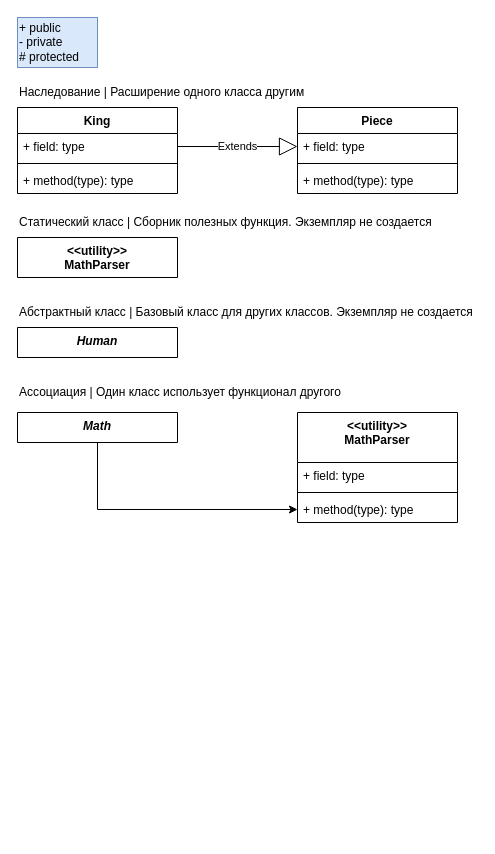
orlov-oleg-developer/uml-diagrams keeps this draw.io diagram as Untitled Diagram.drawio. Above is the earlier version. Source tidied: cells renumbered, new cells numbered last; positions are measured from the earlier drawing's top-left corner, leaving out a move shared by most shapes. Both pictures are drawn from the tidied source at 100%, with x=0, y=0 at pixel (17, 17).
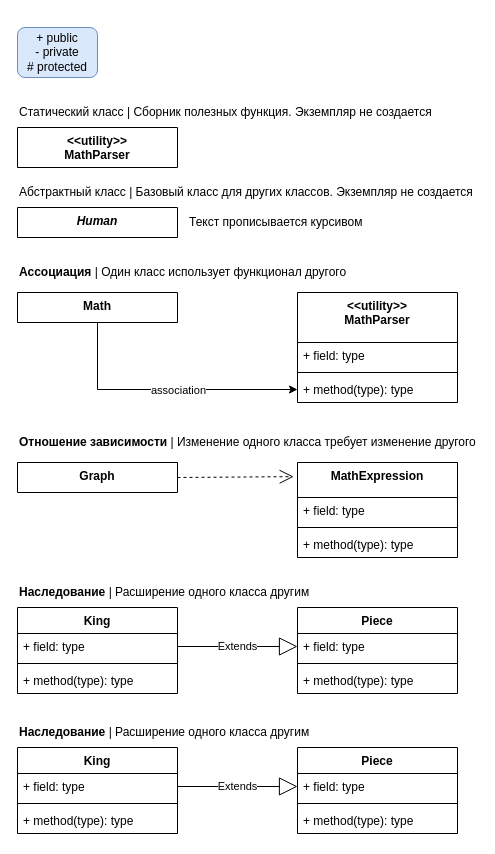
Above is the later version.

The change refers to these unchanged cells:
```xml
<mxCell id="18" style="edgeStyle=orthogonalEdgeStyle;rounded=0;jettySize=auto;html=1;" parent="1" edge="1" source="19" target="23">
  <mxGeometry relative="1" as="geometry" />
</mxCell>
```

Change to the diagram source:
```diff
@@
     <mxCell id="2" value="King" style="swimlane;fontStyle=1;align=center;verticalAlign=top;horizontal=1;startSize=26;whiteSpace=wrap;html=1;" parent="1" vertex="1">
-      <mxGeometry y="90" width="160" height="86" as="geometry" />
+      <mxGeometry y="590" width="160" height="86" as="geometry" />
     </mxCell>
@@
     <mxCell id="6" value="Piece" style="swimlane;fontStyle=1;align=center;verticalAlign=top;horizontal=1;startSize=26;whiteSpace=wrap;html=1;" parent="1" vertex="1">
-      <mxGeometry x="280" y="90" width="160" height="86" as="geometry" />
+      <mxGeometry x="280" y="590" width="160" height="86" as="geometry" />
     </mxCell>
@@
-    <mxCell id="11" value="+ public&lt;br&gt;- private&lt;br&gt;# protected" style="text;html=1;strokeColor=#6c8ebf;fillColor=#dae8fc;align=left;verticalAlign=middle;whiteSpace=wrap;rounded=0;" parent="1" vertex="1">
-      <mxGeometry width="80" height="50" as="geometry" />
+    <mxCell id="11" value="+ public&lt;br&gt;- private&lt;br&gt;# protected" style="text;html=1;strokeColor=#6c8ebf;fillColor=#dae8fc;align=center;verticalAlign=middle;whiteSpace=wrap;rounded=1;glass=0;shadow=0;" parent="1" vertex="1">
+      <mxGeometry y="10" width="80" height="50" as="geometry" />
     </mxCell>
     <mxCell id="12" value="&amp;lt;&amp;lt;utility&amp;gt;&amp;gt;&lt;br&gt;MathParser" style="swimlane;fontStyle=1;align=center;verticalAlign=top;horizontal=1;startSize=50;whiteSpace=wrap;html=1;" parent="1" vertex="1" collapsed="1">
-      <mxGeometry y="220" width="160" height="40" as="geometry" />
+      <mxGeometry y="110" width="160" height="40" as="geometry" />
     </mxCell>
     <mxCell id="13" value="Статический класс | Сборник полезных функция. Экземпляр не создается" style="text;html=1;strokeColor=none;fillColor=none;align=left;verticalAlign=middle;whiteSpace=wrap;rounded=0;" parent="1" vertex="1">
-      <mxGeometry y="190" width="440" height="30" as="geometry" />
+      <mxGeometry y="80" width="440" height="30" as="geometry" />
     </mxCell>
     <mxCell id="14" value="&lt;i&gt;Human&lt;/i&gt;" style="swimlane;fontStyle=1;align=center;verticalAlign=top;horizontal=1;startSize=30;whiteSpace=wrap;html=1;" parent="1" vertex="1" collapsed="1">
-      <mxGeometry y="310" width="160" height="30" as="geometry" />
+      <mxGeometry y="190" width="160" height="30" as="geometry" />
     </mxCell>
     <mxCell id="15" value="Абстрактный класс | Базовый класс для других классов. Экземпляр не создается" style="text;html=1;strokeColor=none;fillColor=none;align=left;verticalAlign=middle;whiteSpace=wrap;rounded=0;" parent="1" vertex="1">
-      <mxGeometry y="280" width="460" height="30" as="geometry" />
+      <mxGeometry y="160" width="460" height="30" as="geometry" />
     </mxCell>
-    <mxCell id="16" value="Ассоциация | Один класс использует функционал другого" style="text;html=1;align=left;verticalAlign=middle;whiteSpace=wrap;rounded=0;" parent="1" vertex="1">
-      <mxGeometry y="360" width="460" height="30" as="geometry" />
+    <mxCell id="16" value="&lt;b&gt;Ассоциация &lt;/b&gt;| Один класс использует функционал другого" style="text;html=1;align=left;verticalAlign=middle;whiteSpace=wrap;rounded=0;" parent="1" vertex="1">
+      <mxGeometry y="240" width="460" height="30" as="geometry" />
     </mxCell>
-    <mxCell id="17" value="Наследование | Расширение одного класса другим" style="text;html=1;align=left;verticalAlign=middle;whiteSpace=wrap;rounded=0;" parent="1" vertex="1">
-      <mxGeometry y="60" width="300" height="30" as="geometry" />
+    <mxCell id="17" value="&lt;b&gt;Наследование &lt;/b&gt;| Расширение одного класса другим" style="text;html=1;align=left;verticalAlign=middle;whiteSpace=wrap;rounded=0;" parent="1" vertex="1">
+      <mxGeometry y="560" width="300" height="30" as="geometry" />
     </mxCell>
@@
+    <mxCell id="24" value="association" style="edgeLabel;html=1;align=center;verticalAlign=middle;" parent="18" vertex="1">
+      <mxGeometry x="-0.19" y="1" relative="1" as="geometry">
+        <mxPoint x="39" y="1" as="offset" />
+      </mxGeometry>
+    </mxCell>
-    <mxCell id="19" value="&lt;i&gt;Math&lt;/i&gt;" style="swimlane;fontStyle=1;align=center;verticalAlign=top;horizontal=1;startSize=30;whiteSpace=wrap;html=1;" parent="1" vertex="1" collapsed="1">
-      <mxGeometry y="395" width="160" height="30" as="geometry" />
+    <mxCell id="19" value="Math" style="swimlane;fontStyle=1;align=center;verticalAlign=top;horizontal=1;startSize=30;whiteSpace=wrap;html=1;" parent="1" vertex="1" collapsed="1">
+      <mxGeometry y="275" width="160" height="30" as="geometry" />
     </mxCell>
     <mxCell id="20" value="&amp;lt;&amp;lt;utility&amp;gt;&amp;gt;&lt;br&gt;MathParser" style="swimlane;fontStyle=1;align=center;verticalAlign=top;horizontal=1;startSize=50;whiteSpace=wrap;html=1;" parent="1" vertex="1">
-      <mxGeometry x="280" y="395" width="160" height="110" as="geometry" />
+      <mxGeometry x="280" y="275" width="160" height="110" as="geometry" />
     </mxCell>
@@
+    <mxCell id="25" value="&lt;b&gt;Отношение зависимости&lt;/b&gt; | Изменение одного класса требует изменение другого" style="text;html=1;align=left;verticalAlign=middle;whiteSpace=wrap;rounded=0;" parent="1" vertex="1">
+      <mxGeometry y="410" width="460" height="30" as="geometry" />
+    </mxCell>
+    <mxCell id="26" value="Graph" style="swimlane;fontStyle=1;align=center;verticalAlign=top;horizontal=1;startSize=30;whiteSpace=wrap;html=1;" parent="1" vertex="1" collapsed="1">
+      <mxGeometry y="445" width="160" height="30" as="geometry" />
+    </mxCell>
+    <mxCell id="27" value="MathExpression" style="swimlane;fontStyle=1;align=center;verticalAlign=top;horizontal=1;startSize=35;whiteSpace=wrap;html=1;" parent="1" vertex="1">
+      <mxGeometry x="280" y="445" width="160" height="95" as="geometry" />
+    </mxCell>
+    <mxCell id="28" value="+ field: type" style="text;strokeColor=none;fillColor=none;align=left;verticalAlign=top;spacingLeft=4;spacingRight=4;overflow=hidden;whiteSpace=wrap;html=1;" parent="27" vertex="1">
+      <mxGeometry y="35" width="160" height="26" as="geometry" />
+    </mxCell>
+    <mxCell id="29" style="line;strokeWidth=1;fillColor=none;align=left;verticalAlign=middle;spacingTop=-1;spacingLeft=3;spacingRight=3;labelPosition=right;strokeColor=inherit;" parent="27" vertex="1">
+      <mxGeometry y="61" width="160" height="8" as="geometry" />
+    </mxCell>
+    <mxCell id="30" value="+ method(type): type" style="text;strokeColor=none;fillColor=none;align=left;verticalAlign=top;spacingLeft=4;spacingRight=4;overflow=hidden;whiteSpace=wrap;html=1;" parent="27" vertex="1">
+      <mxGeometry y="69" width="160" height="26" as="geometry" />
+    </mxCell>
+    <mxCell id="31" style="endArrow=open;endSize=12;dashed=1;html=1;rounded=0;exitX=1;exitY=0.5;exitDx=0;exitDy=0;entryX=-0.024;entryY=0.149;entryDx=0;entryDy=0;entryPerimeter=0;" parent="1" edge="1" source="26" target="27">
+      <mxGeometry relative="1" as="geometry" />
+    </mxCell>
+    <mxCell id="32" value="Текст прописывается курсивом" style="text;html=1;strokeColor=none;fillColor=none;align=left;verticalAlign=middle;whiteSpace=wrap;rounded=0;" parent="1" vertex="1">
+      <mxGeometry x="170" y="190" width="180" height="30" as="geometry" />
+    </mxCell>
+    <mxCell id="33" value="King" style="swimlane;fontStyle=1;align=center;verticalAlign=top;horizontal=1;startSize=26;whiteSpace=wrap;html=1;" parent="1" vertex="1">
+      <mxGeometry y="730" width="160" height="86" as="geometry" />
+    </mxCell>
+    <mxCell id="34" value="+ field: type" style="text;strokeColor=none;fillColor=none;align=left;verticalAlign=top;spacingLeft=4;spacingRight=4;overflow=hidden;points=[[0,0.5],[1,0.5]];portConstraint=eastwest;whiteSpace=wrap;html=1;" parent="33" vertex="1">
+      <mxGeometry y="26" width="160" height="26" as="geometry" />
+    </mxCell>
+    <mxCell id="35" style="line;strokeWidth=1;fillColor=none;align=left;verticalAlign=middle;spacingTop=-1;spacingLeft=3;spacingRight=3;labelPosition=right;strokeColor=inherit;" parent="33" vertex="1">
+      <mxGeometry y="52" width="160" height="8" as="geometry" />
+    </mxCell>
+    <mxCell id="36" value="+ method(type): type" style="text;strokeColor=none;fillColor=none;align=left;verticalAlign=top;spacingLeft=4;spacingRight=4;overflow=hidden;whiteSpace=wrap;html=1;" parent="33" vertex="1">
+      <mxGeometry y="60" width="160" height="26" as="geometry" />
+    </mxCell>
+    <mxCell id="37" value="Piece" style="swimlane;fontStyle=1;align=center;verticalAlign=top;horizontal=1;startSize=26;whiteSpace=wrap;html=1;" parent="1" vertex="1">
+      <mxGeometry x="280" y="730" width="160" height="86" as="geometry" />
+    </mxCell>
+    <mxCell id="38" value="+ field: type" style="text;strokeColor=none;fillColor=none;align=left;verticalAlign=top;spacingLeft=4;spacingRight=4;overflow=hidden;points=[[0,0.5],[1,0.5]];portConstraint=eastwest;whiteSpace=wrap;html=1;" parent="37" vertex="1">
+      <mxGeometry y="26" width="160" height="26" as="geometry" />
+    </mxCell>
+    <mxCell id="39" style="line;strokeWidth=1;fillColor=none;align=left;verticalAlign=middle;spacingTop=-1;spacingLeft=3;spacingRight=3;labelPosition=right;strokeColor=inherit;" parent="37" vertex="1">
+      <mxGeometry y="52" width="160" height="8" as="geometry" />
+    </mxCell>
+    <mxCell id="40" value="+ method(type): type" style="text;strokeColor=none;fillColor=none;align=left;verticalAlign=top;spacingLeft=4;spacingRight=4;overflow=hidden;whiteSpace=wrap;html=1;" parent="37" vertex="1">
+      <mxGeometry y="60" width="160" height="26" as="geometry" />
+    </mxCell>
+    <mxCell id="41" value="Extends" style="endArrow=block;endSize=16;endFill=0;html=1;rounded=0;exitX=1;exitY=0.5;exitDx=0;exitDy=0;entryX=0;entryY=0.5;entryDx=0;entryDy=0;" parent="1" edge="1" source="34" target="38">
+      <mxGeometry relative="1" as="geometry" />
+    </mxCell>
+    <mxCell id="42" value="&lt;b&gt;Наследование &lt;/b&gt;| Расширение одного класса другим" style="text;html=1;align=left;verticalAlign=middle;whiteSpace=wrap;rounded=0;" parent="1" vertex="1">
+      <mxGeometry y="700" width="300" height="30" as="geometry" />
+    </mxCell>
```
